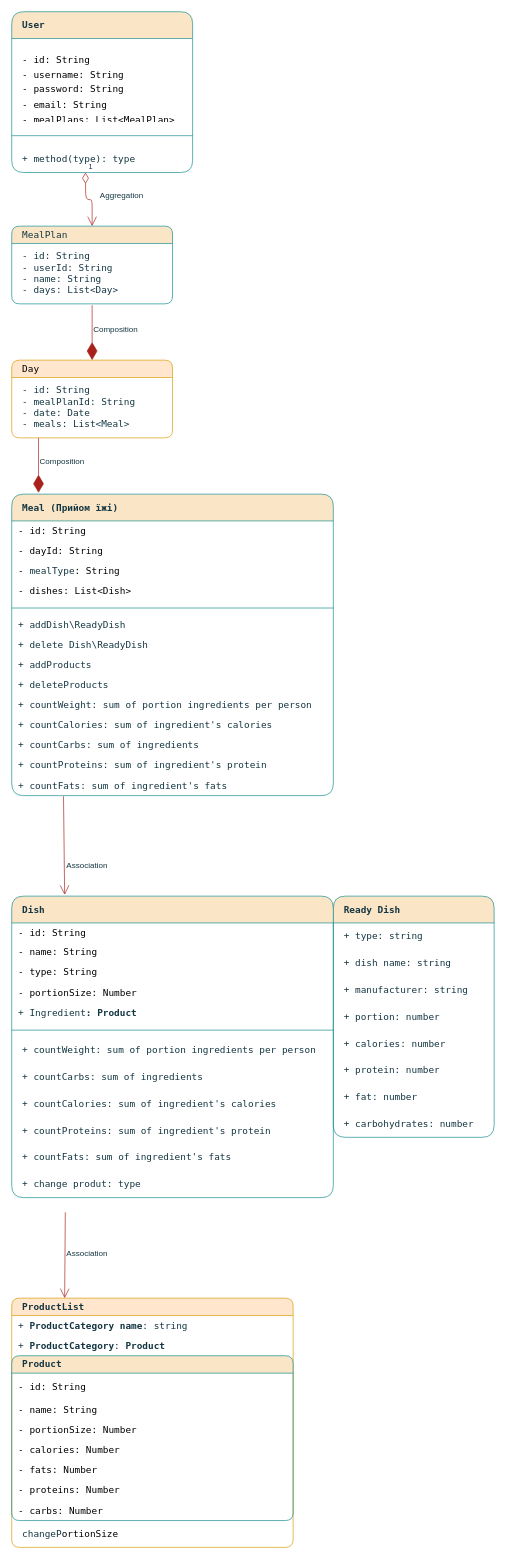
Above: HikkingMenu/HikingMenuPlanning.drawio in LiliaBilous/HikkingMenu (draw.io), before the change. Source tidied: cells renumbered, new cells numbered last; positions are measured from the earlier drawing's top-left corner, leaving out a move shared by most shapes. Both pictures are drawn from the tidied source at 67%, with x=0, y=0 at pixel (11, 11).
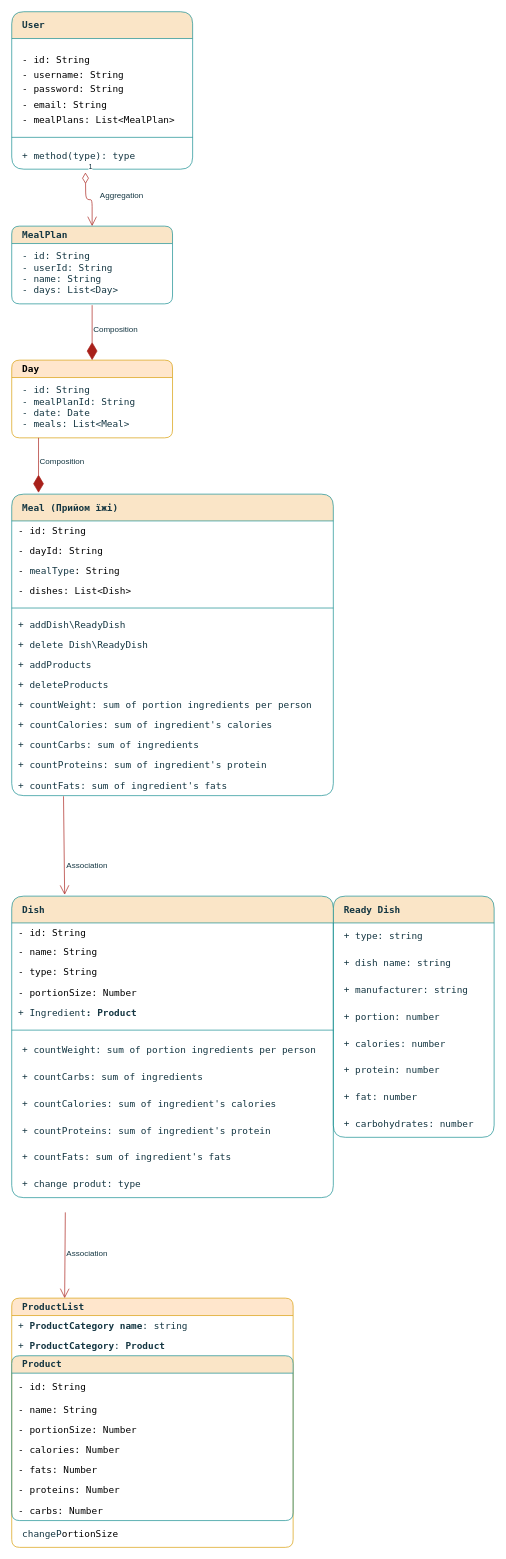
The same page after the edit.

What changed in the source:
```diff
@@
     <mxCell id="2" value="User" style="swimlane;fontStyle=1;align=left;verticalAlign=middle;horizontal=1;startSize=40;html=1;fontFamily=Lucida Console;fontSize=14;labelBorderColor=none;fontColor=#143642;labelBackgroundColor=none;fillColor=#FAE5C7;strokeColor=#0F8B8D;textDirection=ltr;spacingLeft=10;spacing=6;rounded=1;" parent="1" vertex="1">
-      <mxGeometry width="270" height="240" as="geometry" />
+      <mxGeometry width="270" height="235" as="geometry" />
     </mxCell>
     <mxCell id="3" value="&lt;p style=&quot;line-height: 160%;&quot;&gt;&lt;span style=&quot;color: rgb(0, 0, 0); font-size: 14px; text-wrap: wrap;&quot;&gt;- id: String&amp;nbsp; &amp;nbsp;&amp;nbsp;&lt;/span&gt;&lt;br style=&quot;padding: 0px; margin: 0px; color: rgb(0, 0, 0); font-size: 14px; text-wrap: wrap;&quot;&gt;&lt;span style=&quot;color: rgb(0, 0, 0); font-size: 14px; text-wrap: wrap;&quot;&gt;- username: String&lt;/span&gt;&lt;br style=&quot;padding: 0px; margin: 0px; color: rgb(0, 0, 0); font-size: 14px; text-wrap: wrap;&quot;&gt;&lt;span style=&quot;color: rgb(0, 0, 0); font-size: 14px; text-wrap: wrap;&quot;&gt;- password: String&amp;nbsp;&lt;/span&gt;&lt;br style=&quot;padding: 0px; margin: 0px; color: rgb(0, 0, 0); font-size: 14px; text-wrap: wrap;&quot;&gt;&lt;span style=&quot;color: rgb(0, 0, 0); font-size: 14px; text-wrap: wrap;&quot;&gt;- email: String&amp;nbsp;&lt;/span&gt;&lt;br style=&quot;padding: 0px; margin: 0px; color: rgb(0, 0, 0); font-size: 14px; text-wrap: wrap;&quot;&gt;&lt;span style=&quot;color: rgb(0, 0, 0); font-size: 14px; text-wrap: wrap;&quot;&gt;- mealPlans: List&amp;lt;MealPlan&amp;gt;&lt;/span&gt;&lt;/p&gt;" style="text;strokeColor=none;fillColor=none;align=left;verticalAlign=middle;spacingLeft=10;spacingRight=4;overflow=hidden;html=1;fontFamily=Lucida Console;fontSize=14;labelBorderColor=none;fontColor=#143642;labelBackgroundColor=none;textDirection=ltr;spacing=6;rounded=1;" parent="2" vertex="1">
-      <mxGeometry y="40" width="270" height="130" as="geometry" />
+      <mxGeometry y="40" width="270" height="140" as="geometry" />
     </mxCell>
-    <mxCell id="4" style="line;strokeWidth=1;fillColor=none;align=left;verticalAlign=middle;spacingTop=-1;spacingLeft=10;spacingRight=3;labelPosition=right;strokeColor=#0F8B8D;fontFamily=Lucida Console;fontSize=14;labelBorderColor=none;fontColor=#143642;labelBackgroundColor=none;textDirection=ltr;spacing=6;rounded=1;" parent="2" vertex="1">
-      <mxGeometry y="170" width="270" height="30" as="geometry" />
+    <mxCell id="4" style="line;strokeWidth=1;fillColor=none;align=left;verticalAlign=middle;spacingTop=0;spacingLeft=5;spacingRight=0;labelPosition=right;strokeColor=#0F8B8D;fontFamily=Lucida Console;fontSize=14;labelBorderColor=none;fontColor=#143642;labelBackgroundColor=none;textDirection=ltr;spacing=0;rounded=1;" parent="2" vertex="1">
+      <mxGeometry y="180" width="270" height="15" as="geometry" />
     </mxCell>
     <mxCell id="5" value="+ method(type): type" style="text;strokeColor=none;fillColor=none;align=left;verticalAlign=middle;spacingLeft=10;spacingRight=4;overflow=hidden;html=1;fontFamily=Lucida Console;fontSize=14;labelBorderColor=none;fontColor=#143642;labelBackgroundColor=none;textDirection=ltr;spacing=6;rounded=1;" parent="2" vertex="1">
-      <mxGeometry y="200" width="270" height="40" as="geometry" />
+      <mxGeometry y="195" width="270" height="40" as="geometry" />
     </mxCell>
@@
-    <mxCell id="56" value="&lt;span style=&quot;font-size: 14px;&quot;&gt;Day&lt;/span&gt;" style="swimlane;fontStyle=0;horizontal=1;startSize=26;fillColor=#ffe6cc;whiteSpace=wrap;html=1;labelBackgroundColor=none;strokeColor=#d79b00;fontFamily=Lucida Console;fontSize=14;textDirection=ltr;spacingLeft=10;spacing=6;align=left;rounded=1;" parent="1" vertex="1">
+    <mxCell id="56" value="&lt;span style=&quot;font-size: 14px;&quot;&gt;Day&lt;/span&gt;" style="swimlane;fontStyle=1;horizontal=1;startSize=26;fillColor=#ffe6cc;whiteSpace=wrap;html=1;labelBackgroundColor=none;strokeColor=#d79b00;fontFamily=Lucida Console;fontSize=14;textDirection=ltr;spacingLeft=10;spacing=6;align=left;rounded=1;" parent="1" vertex="1">
       <mxGeometry y="520" width="240" height="116" as="geometry" />
     </mxCell>
@@
-    <mxCell id="58" value="MealPlan&amp;nbsp; &amp;nbsp; &amp;nbsp;" style="swimlane;fontStyle=0;horizontal=1;startSize=26;fillColor=#FAE5C7;whiteSpace=wrap;html=1;strokeColor=#0F8B8D;labelBackgroundColor=none;fontColor=#143642;fontFamily=Lucida Console;fontSize=14;textDirection=ltr;spacingLeft=10;spacing=6;align=left;rounded=1;" parent="1" vertex="1">
+    <mxCell id="58" value="MealPlan&amp;nbsp; &amp;nbsp; &amp;nbsp;" style="swimlane;fontStyle=1;horizontal=1;startSize=26;fillColor=#FAE5C7;whiteSpace=wrap;html=1;strokeColor=#0F8B8D;labelBackgroundColor=none;fontColor=#143642;fontFamily=Lucida Console;fontSize=14;textDirection=ltr;spacingLeft=10;spacing=6;align=left;rounded=1;" parent="1" vertex="1">
       <mxGeometry y="320" width="240" height="116" as="geometry" />
     </mxCell>
```
